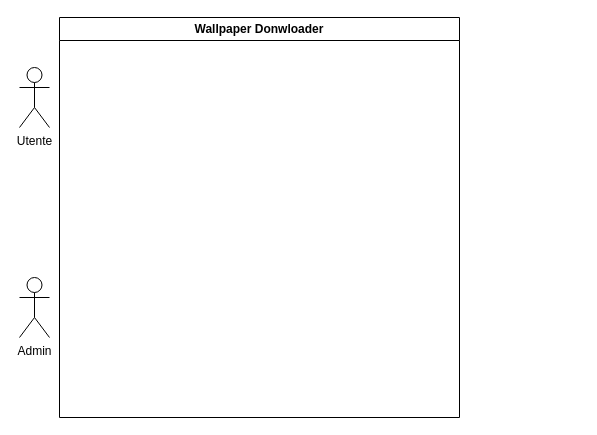
This is diagramma_use_case.drawio from KilianRighetti/WallpaperDownloader, a draw.io file, before an edit. Source tidied: cells renumbered, new cells numbered last; positions are measured from the earlier drawing's top-left corner, leaving out a move shared by most shapes. Both pictures are drawn from the tidied source at 100%, with x=0, y=0 at pixel (19, 17).
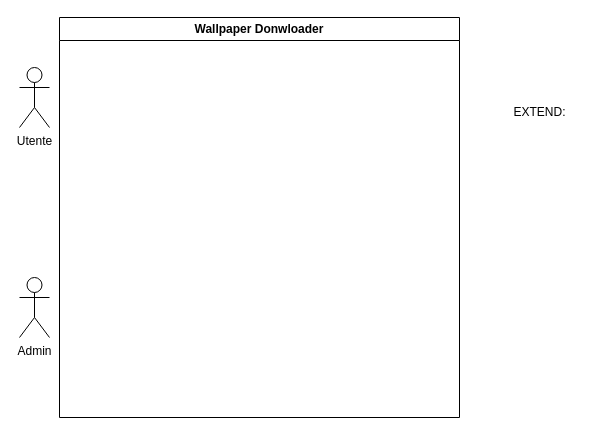
Above is the later version.

Diff of the diagram source:
```diff
@@
 <mxGraphModel>
   <root>
     <mxCell id="0" />
     <mxCell id="1" parent="0" />
     <mxCell id="2" value="Utente" style="shape=umlActor;verticalLabelPosition=bottom;verticalAlign=top;html=1;" parent="1" vertex="1">
       <mxGeometry y="50" width="30" height="60" as="geometry" />
     </mxCell>
     <mxCell id="3" value="Wallpaper Donwloader" style="swimlane;whiteSpace=wrap;html=1;" parent="1" vertex="1">
       <mxGeometry x="40" width="400" height="400" as="geometry" />
     </mxCell>
     <mxCell id="4" value="Admin" style="shape=umlActor;verticalLabelPosition=bottom;verticalAlign=top;html=1;" parent="1" vertex="1">
       <mxGeometry y="260" width="30" height="60" as="geometry" />
     </mxCell>
+    <mxCell id="5" value="EXTEND:" style="text;html=1;align=center;verticalAlign=middle;strokeColor=none;fillColor=none;" parent="1" vertex="1">
+      <mxGeometry x="480" y="80" width="80" height="30" as="geometry" />
+    </mxCell>
   </root>
 </mxGraphModel>
```
